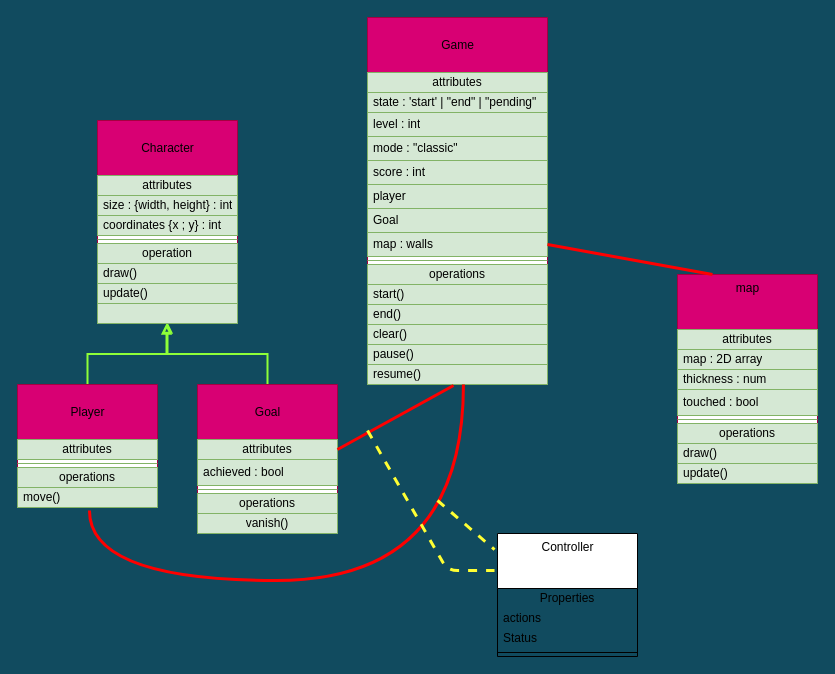
Earlier version of the draw.io diagram page "the maze class diagram" (2 of 3) of Maze game.drawio (Mizou04/maze). Source tidied: cells renumbered, new cells numbered last; positions are measured from the earlier drawing's top-left corner, leaving out a move shared by most shapes. Both pictures are drawn from the tidied source at 100%, with x=0, y=0 at pixel (17, 17).
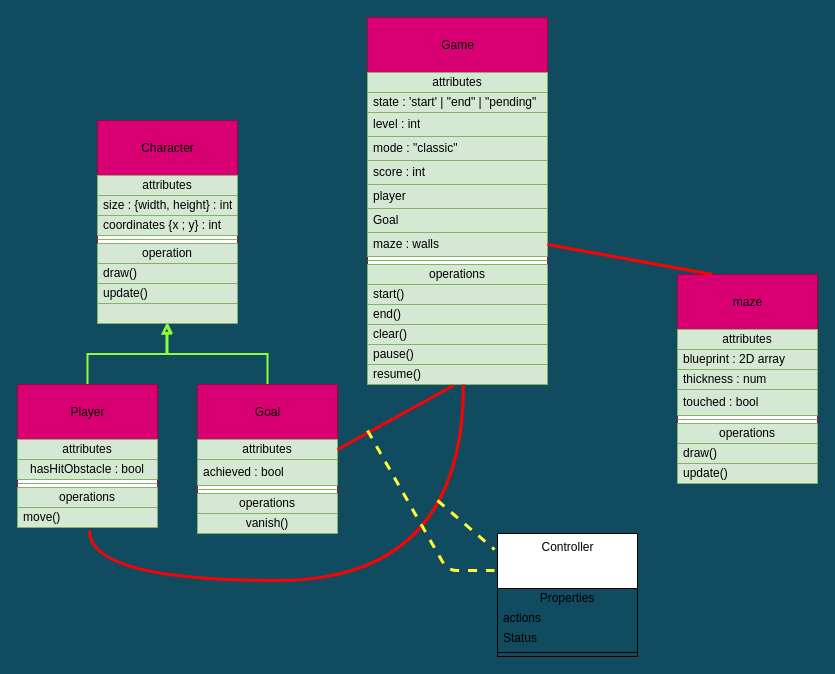
After the change.

Unchanged cells that the change refers to:
```xml
<mxCell id="24" value="&lt;br&gt;Game" style="swimlane;fontStyle=0;align=center;verticalAlign=top;horizontal=1;startSize=55;html=1;rounded=0;sketch=0;strokeColor=#A50040;swimlaneFillColor=#ffffff;fillColor=#d80073;fontColor=#000000;" parent="1" vertex="1">
  <mxGeometry x="350" width="180" height="367" as="geometry" />
</mxCell>
```

Diff of the diagram source:
```diff
@@
     <mxCell id="3" value="&lt;br&gt;Player" style="swimlane;fontStyle=0;align=center;verticalAlign=top;horizontal=1;startSize=55;html=1;rounded=0;sketch=0;strokeColor=#A50040;swimlaneFillColor=#ffffff;fillColor=#d80073;fontColor=#000000;" parent="1" vertex="1">
-      <mxGeometry y="367" width="140" height="123" as="geometry" />
+      <mxGeometry y="367" width="140" height="143" as="geometry" />
     </mxCell>
@@
+    <mxCell id="59" value="hasHitObstacle : bool" style="text;html=1;align=center;verticalAlign=middle;spacingLeft=4;spacingRight=4;overflow=hidden;fillColor=#d5e8d4;strokeColor=#82b366;fontColor=#000000;" parent="3" vertex="1">
+      <mxGeometry y="75" width="140" height="20" as="geometry" />
+    </mxCell>
     <mxCell id="5" style="line;strokeWidth=1;align=left;verticalAlign=middle;spacingTop=-1;spacingLeft=3;spacingRight=3;labelPosition=right;fillColor=#d5e8d4;strokeColor=#82b366;fontColor=#000000;" parent="3" vertex="1">
-      <mxGeometry y="75" width="140" height="8" as="geometry" />
+      <mxGeometry y="95" width="140" height="8" as="geometry" />
     </mxCell>
     <mxCell id="6" value="operations" style="text;html=1;align=center;verticalAlign=middle;spacingLeft=4;spacingRight=4;overflow=hidden;fillColor=#d5e8d4;strokeColor=#82b366;fontColor=#000000;" parent="3" vertex="1">
-      <mxGeometry y="83" width="140" height="20" as="geometry" />
+      <mxGeometry y="103" width="140" height="20" as="geometry" />
     </mxCell>
     <mxCell id="7" value="move()" style="text;html=1;align=left;verticalAlign=middle;spacingLeft=4;spacingRight=4;overflow=hidden;points=[[0,0.5],[1,0.5]];portConstraint=eastwest;fillColor=#d5e8d4;strokeColor=#82b366;fontColor=#000000;" parent="3" vertex="1">
-      <mxGeometry y="103" width="140" height="20" as="geometry" />
+      <mxGeometry y="123" width="140" height="20" as="geometry" />
     </mxCell>
@@
-    <mxCell id="15" value="map" style="swimlane;fontStyle=0;align=center;verticalAlign=top;horizontal=1;startSize=55;html=1;rounded=0;sketch=0;strokeColor=#A50040;swimlaneFillColor=#ffffff;fillColor=#d80073;fontColor=#000000;" parent="1" vertex="1">
+    <mxCell id="15" value="&lt;br&gt;maze" style="swimlane;fontStyle=0;align=center;verticalAlign=top;horizontal=1;startSize=55;html=1;rounded=0;sketch=0;strokeColor=#A50040;swimlaneFillColor=#ffffff;fillColor=#d80073;fontColor=#000000;" parent="1" vertex="1">
       <mxGeometry x="660" y="257" width="140" height="209" as="geometry" />
     </mxCell>
@@
-    <mxCell id="17" value="map : 2D array" style="text;html=1;align=left;verticalAlign=middle;spacingLeft=4;spacingRight=4;overflow=hidden;fillColor=#d5e8d4;strokeColor=#82b366;fontColor=#000000;" parent="15" vertex="1">
+    <mxCell id="17" value="blueprint : 2D array" style="text;html=1;align=left;verticalAlign=middle;spacingLeft=4;spacingRight=4;overflow=hidden;fillColor=#d5e8d4;strokeColor=#82b366;fontColor=#000000;" parent="15" vertex="1">
       <mxGeometry y="75" width="140" height="20" as="geometry" />
     </mxCell>
@@
-    <mxCell id="32" value="map : walls" style="text;html=1;align=left;verticalAlign=middle;spacingLeft=4;spacingRight=4;overflow=hidden;points=[[0,0.5],[1,0.5]];portConstraint=eastwest;fillColor=#d5e8d4;strokeColor=#82b366;fontColor=#000000;" parent="24" vertex="1">
+    <mxCell id="32" value="maze : walls" style="text;html=1;align=left;verticalAlign=middle;spacingLeft=4;spacingRight=4;overflow=hidden;points=[[0,0.5],[1,0.5]];portConstraint=eastwest;fillColor=#d5e8d4;strokeColor=#82b366;fontColor=#000000;" parent="24" vertex="1">
       <mxGeometry y="215" width="180" height="24" as="geometry" />
     </mxCell>
```
